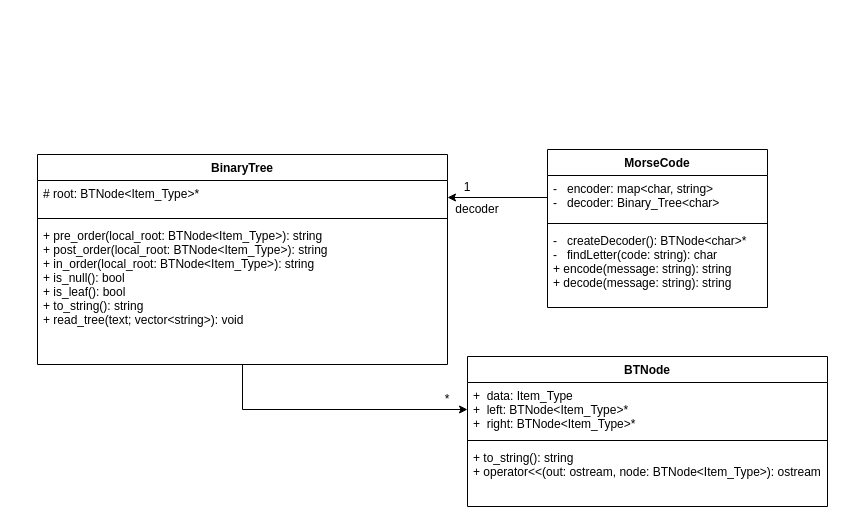
Above: UML Diagram Project 2.drawio in JAWolfe04/CS303_Project_2 (draw.io), before the change. Source tidied: cells renumbered, new cells numbered last; positions are measured from the earlier drawing's top-left corner, leaving out a move shared by most shapes. Both pictures are drawn from the tidied source at 100%, with x=0, y=0 at pixel (37, 149).
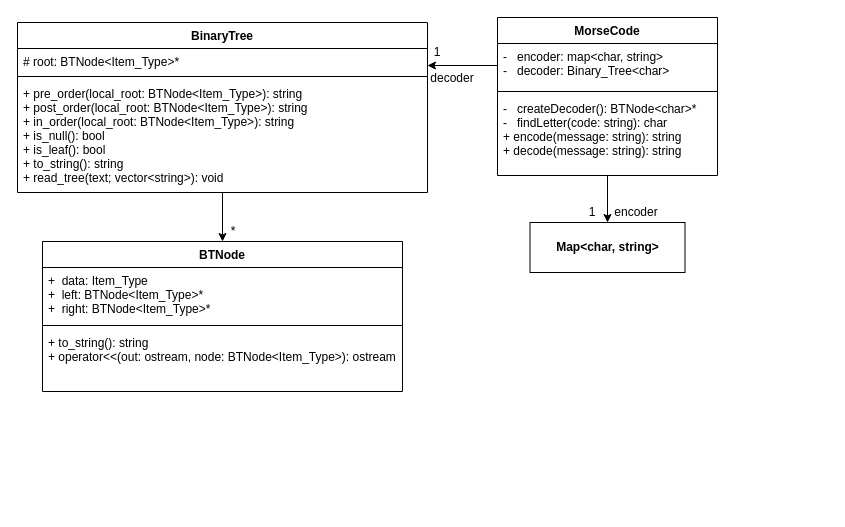
After the change.

The change refers to these unchanged cells:
```xml
<mxCell id="8" value="+  data: Item_Type &#10;+  left: BTNode&lt;Item_Type&gt;* &#10;+  right: BTNode&lt;Item_Type&gt;* " style="text;strokeColor=none;fillColor=none;align=left;verticalAlign=top;spacingLeft=4;spacingRight=4;overflow=hidden;points=[[0,0.5],[1,0.5]];portConstraint=eastwest;" parent="7" vertex="1">
  <mxGeometry y="26" width="360" height="54" as="geometry" />
</mxCell>
<mxCell id="12" value="-   encoder: map&lt;char, string&gt; &#10;-   decoder: Binary_Tree&lt;char&gt;&#10; " style="text;strokeColor=none;fillColor=none;align=left;verticalAlign=top;spacingLeft=4;spacingRight=4;overflow=hidden;points=[[0,0.5],[1,0.5]];portConstraint=eastwest;" parent="11" vertex="1">
  <mxGeometry y="26" width="220" height="44" as="geometry" />
</mxCell>
```

What changed in the source:
```diff
@@
-    <mxCell id="2" style="edgeStyle=orthogonalEdgeStyle;rounded=0;jettySize=auto;html=1;entryX=0;entryY=0.5;entryDx=0;entryDy=0;" parent="1" edge="1" source="3" target="8">
+    <mxCell id="2" style="edgeStyle=orthogonalEdgeStyle;rounded=0;jettySize=auto;html=1;entryX=0.5;entryY=0;entryDx=0;entryDy=0;" parent="1" edge="1" source="3" target="7">
       <mxGeometry relative="1" as="geometry" />
     </mxCell>
     <mxCell id="3" value="BinaryTree" style="swimlane;fontStyle=1;align=center;verticalAlign=top;horizontal=1;startSize=26;" parent="1" vertex="1">
-      <mxGeometry y="5" width="410" height="210" as="geometry" />
+      <mxGeometry x="-20" y="-127" width="410" height="170" as="geometry" />
     </mxCell>
     <mxCell id="4" value="# root: BTNode&lt;Item_Type&gt;*&#10;&#10;" style="text;strokeColor=none;fillColor=none;align=left;verticalAlign=top;spacingLeft=4;spacingRight=4;overflow=hidden;points=[[0,0.5],[1,0.5]];portConstraint=eastwest;" parent="3" vertex="1">
-      <mxGeometry y="26" width="410" height="34" as="geometry" />
+      <mxGeometry y="26" width="410" height="24" as="geometry" />
     </mxCell>
     <mxCell id="5" style="line;strokeWidth=1;fillColor=none;align=left;verticalAlign=middle;spacingTop=-1;spacingLeft=3;spacingRight=3;labelPosition=right;" parent="3" vertex="1">
-      <mxGeometry y="60" width="410" height="8" as="geometry" />
+      <mxGeometry y="50" width="410" height="8" as="geometry" />
     </mxCell>
     <mxCell id="6" value="+ pre_order(local_root: BTNode&lt;Item_Type&gt;): string&#10;+ post_order(local_root: BTNode&lt;Item_Type&gt;): string&#10;+ in_order(local_root: BTNode&lt;Item_Type&gt;): string&#10;+ is_null(): bool&#10;+ is_leaf(): bool&#10;+ to_string(): string&#10;+ read_tree(text; vector&lt;string&gt;): void " style="text;strokeColor=none;fillColor=none;align=left;verticalAlign=top;spacingLeft=4;spacingRight=4;overflow=hidden;" parent="3" vertex="1">
-      <mxGeometry y="68" width="410" height="142" as="geometry" />
+      <mxGeometry y="58" width="410" height="112" as="geometry" />
     </mxCell>
     <mxCell id="7" value="BTNode" style="swimlane;fontStyle=1;align=center;verticalAlign=top;horizontal=1;startSize=26;" parent="1" vertex="1">
-      <mxGeometry x="430" y="207" width="360" height="150" as="geometry" />
+      <mxGeometry x="5" y="92" width="360" height="150" as="geometry" />
     </mxCell>
@@
+    <mxCell id="19" style="edgeStyle=orthogonalEdgeStyle;rounded=0;jettySize=auto;html=1;entryX=0.5;entryY=0;entryDx=0;entryDy=0;" parent="1" edge="1" source="11" target="20">
+      <mxGeometry relative="1" as="geometry" />
+    </mxCell>
     <mxCell id="11" value="MorseCode" style="swimlane;fontStyle=1;align=center;verticalAlign=top;horizontal=1;startSize=26;" parent="1" vertex="1">
-      <mxGeometry x="510" width="220" height="158" as="geometry" />
+      <mxGeometry x="460" y="-132" width="220" height="158" as="geometry" />
     </mxCell>
@@
-    <mxCell id="15" style="edgeStyle=orthogonalEdgeStyle;rounded=0;jettySize=auto;html=1;exitX=0;exitY=0.5;exitDx=0;exitDy=0;entryX=1;entryY=0.5;entryDx=0;entryDy=0;" parent="1" edge="1" source="12" target="4">
-      <mxGeometry relative="1" as="geometry" />
-    </mxCell>
     <mxCell id="16" value="decoder" style="text;html=1;strokeColor=none;fillColor=none;align=center;verticalAlign=middle;whiteSpace=wrap;rounded=0;" parent="1" vertex="1">
-      <mxGeometry x="420" y="50" width="40" height="20" as="geometry" />
+      <mxGeometry x="395" y="-81" width="40" height="20" as="geometry" />
     </mxCell>
     <mxCell id="17" value="1" style="text;html=1;strokeColor=none;fillColor=none;align=center;verticalAlign=middle;whiteSpace=wrap;rounded=0;" parent="1" vertex="1">
-      <mxGeometry x="410" y="28" width="40" height="20" as="geometry" />
+      <mxGeometry x="380" y="-107" width="40" height="20" as="geometry" />
     </mxCell>
     <mxCell id="18" value="*" style="text;html=1;strokeColor=none;fillColor=none;align=center;verticalAlign=middle;whiteSpace=wrap;rounded=0;" parent="1" vertex="1">
-      <mxGeometry x="390" y="240" width="40" height="20" as="geometry" />
+      <mxGeometry x="176" y="72" width="40" height="20" as="geometry" />
     </mxCell>
+    <mxCell id="20" value="&lt;b&gt;Map&amp;lt;char, string&amp;gt;&lt;/b&gt;" style="html=1;" parent="1" vertex="1">
+      <mxGeometry x="492.5" y="73" width="155" height="50" as="geometry" />
+    </mxCell>
+    <mxCell id="21" value="1" style="text;html=1;strokeColor=none;fillColor=none;align=center;verticalAlign=middle;whiteSpace=wrap;rounded=0;" parent="1" vertex="1">
+      <mxGeometry x="535" y="53" width="40" height="20" as="geometry" />
+    </mxCell>
+    <mxCell id="22" value="encoder" style="text;html=1;strokeColor=none;fillColor=none;align=center;verticalAlign=middle;whiteSpace=wrap;rounded=0;" parent="1" vertex="1">
+      <mxGeometry x="579" y="53" width="40" height="20" as="geometry" />
+    </mxCell>
+    <mxCell id="23" style="edgeStyle=orthogonalEdgeStyle;rounded=0;jettySize=auto;html=1;exitX=0;exitY=0.5;exitDx=0;exitDy=0;" parent="1" edge="1" source="12">
+      <mxGeometry relative="1" as="geometry">
+        <mxPoint x="390" y="-84" as="targetPoint" />
+      </mxGeometry>
+    </mxCell>
```
